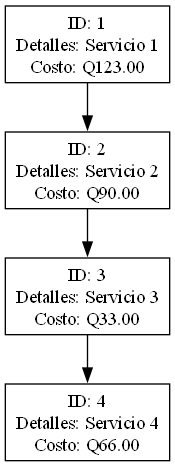
This is Fase 3/AutoGestPro/Reportes/ÁrbolBinarioServicios.png from JavierVelasquez39/-EDD-1S2025_202307775, a Graphviz export, as it was before one commit. Its source is kept beside it as Fase 3/AutoGestPro/Reportes/ÁrbolBinarioServicios.dot. Source of this version:
```dot
digraph ArbolBinarioServicios {
node [shape=record];
"1" [label="ID: 1\nDetalles: Servicio 1\nCosto: Q123.00"];
"1" -> "2";
"2" [label="ID: 2\nDetalles: Servicio 2\nCosto: Q90.00"];
"2" -> "3";
"3" [label="ID: 3\nDetalles: Servicio 3\nCosto: Q33.00"];
"3" -> "4";
"4" [label="ID: 4\nDetalles: Servicio 4\nCosto: Q66.00"];
}
```
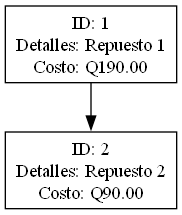
The same diagram one commit later.

Diff of the diagram source:
```diff
@@ -1,10 +1,6 @@
 digraph ArbolBinarioServicios {
 node [shape=record];
-"1" [label="ID: 1\nDetalles: Servicio 1\nCosto: Q123.00"];
+"1" [label="ID: 1\nDetalles: Repuesto 1\nCosto: Q190.00"];
 "1" -> "2";
-"2" [label="ID: 2\nDetalles: Servicio 2\nCosto: Q90.00"];
-"2" -> "3";
-"3" [label="ID: 3\nDetalles: Servicio 3\nCosto: Q33.00"];
-"3" -> "4";
-"4" [label="ID: 4\nDetalles: Servicio 4\nCosto: Q66.00"];
+"2" [label="ID: 2\nDetalles: Repuesto 2\nCosto: Q90.00"];
 }
```
